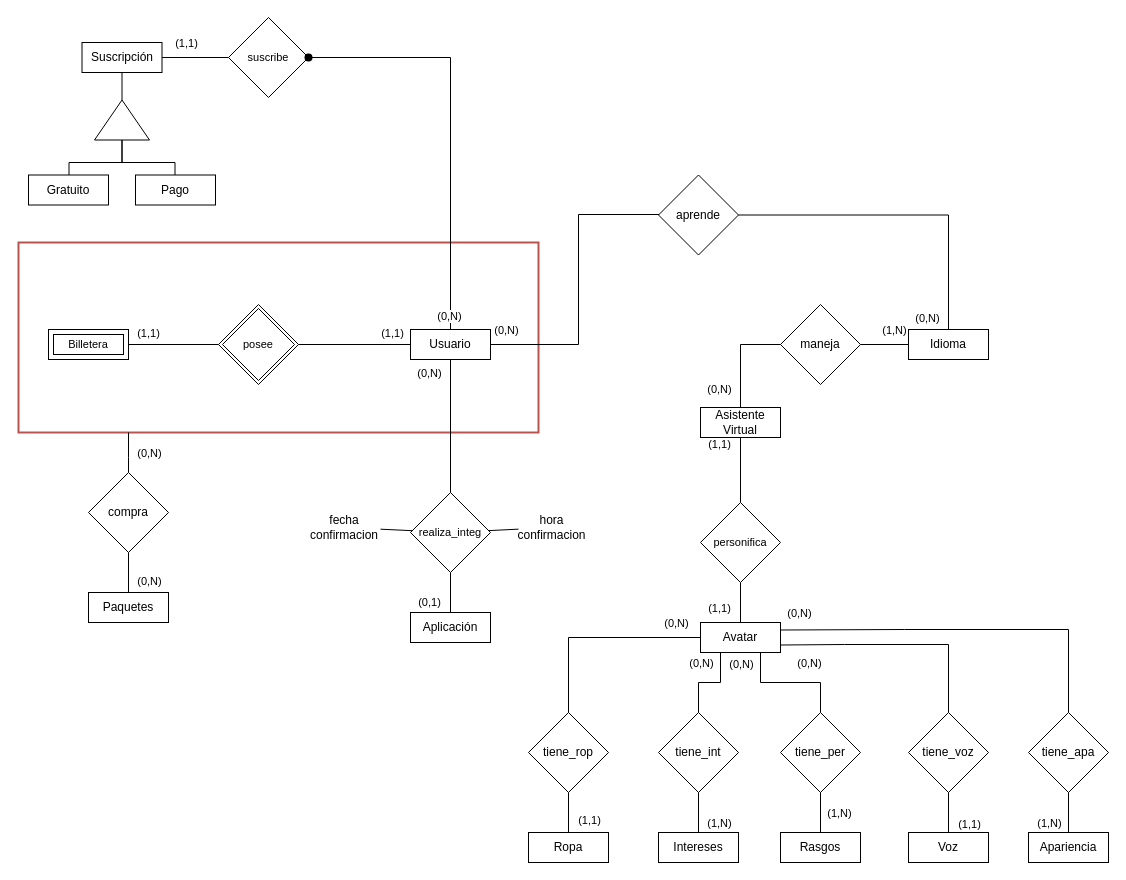
Before: page "MER Base" (1 of 2) of MER/MER OBL1.drawio in felipiacenza/BD2, a draw.io diagram. Source tidied: cells renumbered, new cells numbered last; positions are measured from the earlier drawing's top-left corner, leaving out a move shared by most shapes. Both pictures are drawn from the tidied source at 100%, with x=0, y=0 at pixel (18, 17).
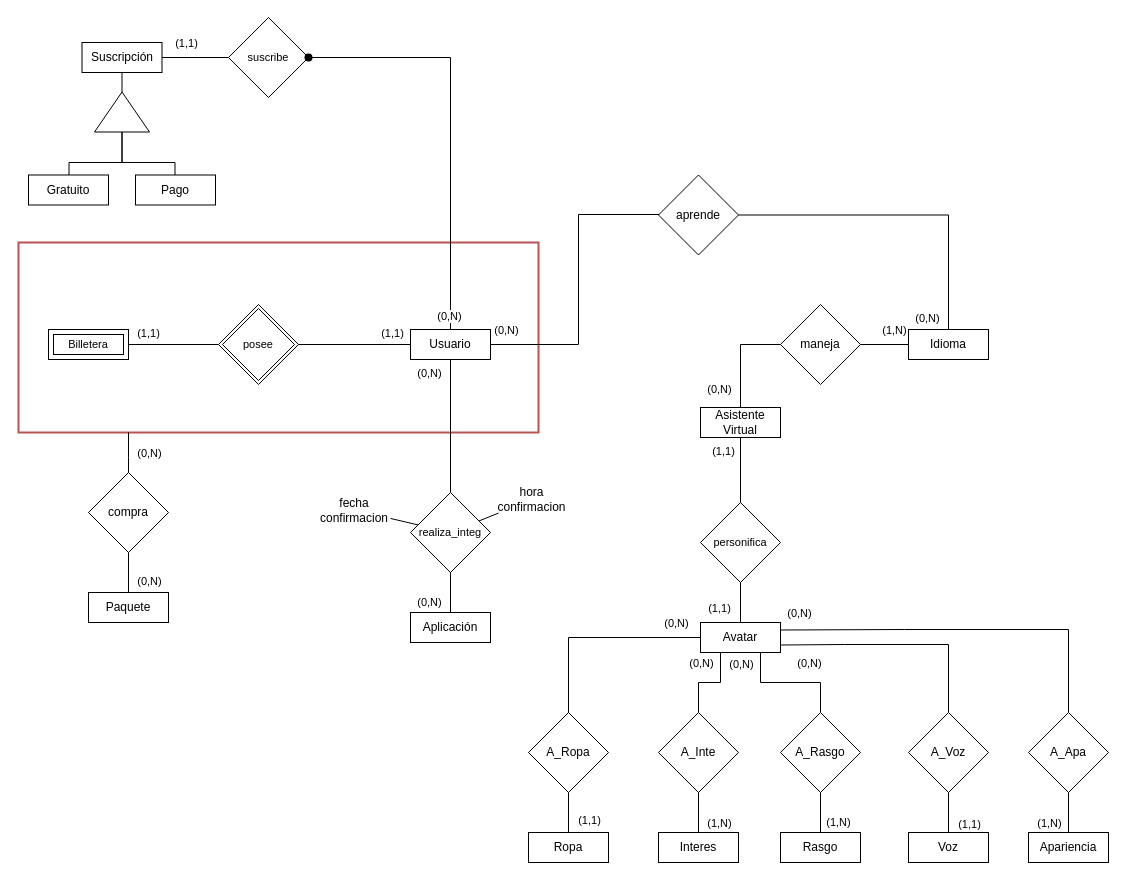
The same diagram, later.

The change refers to these unchanged cells:
```xml
<mxCell id="58" style="edgeStyle=orthogonalEdgeStyle;shape=connector;rounded=0;jettySize=auto;html=1;strokeColor=default;align=center;verticalAlign=middle;fontFamily=Helvetica;fontSize=11;fontColor=default;labelBackgroundColor=default;endArrow=none;endFill=0;" parent="1" edge="1" source="19" target="20">
  <mxGeometry relative="1" as="geometry" />
</mxCell>
<mxCell id="60" style="edgeStyle=orthogonalEdgeStyle;shape=connector;rounded=0;jettySize=auto;html=1;strokeColor=default;align=center;verticalAlign=middle;fontFamily=Helvetica;fontSize=11;fontColor=default;labelBackgroundColor=default;endArrow=none;endFill=0;" parent="1" edge="1" source="6" target="21">
  <mxGeometry relative="1" as="geometry" />
</mxCell>
<mxCell id="80" style="edgeStyle=orthogonalEdgeStyle;shape=connector;rounded=0;jettySize=auto;html=1;strokeColor=default;align=center;verticalAlign=middle;fontFamily=Helvetica;fontSize=11;fontColor=default;labelBackgroundColor=default;endArrow=none;endFill=0;" parent="1" edge="1" source="32" target="31">
  <mxGeometry relative="1" as="geometry" />
</mxCell>
```

Diff of the diagram source:
```diff
@@
-    <mxCell id="13" value="Paquetes" style="rounded=0;whiteSpace=wrap;html=1;" parent="1" vertex="1">
+    <mxCell id="13" value="Paquete" style="rounded=0;whiteSpace=wrap;html=1;" parent="1" vertex="1">
       <mxGeometry x="70" y="575" width="80" height="30" as="geometry" />
     </mxCell>
@@
     <mxCell id="16" style="triangle;whiteSpace=wrap;html=1;rotation=-90;" parent="1" vertex="1">
-      <mxGeometry x="83.5" y="75" width="40" height="55" as="geometry" />
+      <mxGeometry x="83.5" y="67" width="40" height="55" as="geometry" />
     </mxCell>
@@
-    <mxCell id="23" value="tiene_int" style="rhombus;whiteSpace=wrap;html=1;" parent="1" vertex="1">
+    <mxCell id="23" value="A_Inte" style="rhombus;whiteSpace=wrap;html=1;" parent="1" vertex="1">
       <mxGeometry x="640" y="695" width="80" height="80" as="geometry" />
     </mxCell>
-    <mxCell id="24" value="tiene_voz" style="rhombus;whiteSpace=wrap;html=1;" parent="1" vertex="1">
+    <mxCell id="24" value="A_Voz" style="rhombus;whiteSpace=wrap;html=1;" parent="1" vertex="1">
       <mxGeometry x="890" y="695" width="80" height="80" as="geometry" />
     </mxCell>
-    <mxCell id="25" value="tiene_rop" style="rhombus;whiteSpace=wrap;html=1;" parent="1" vertex="1">
+    <mxCell id="25" value="A_Ropa" style="rhombus;whiteSpace=wrap;html=1;" parent="1" vertex="1">
       <mxGeometry x="510" y="695" width="80" height="80" as="geometry" />
     </mxCell>
@@
-    <mxCell id="27" value="Intereses" style="rounded=0;whiteSpace=wrap;html=1;" parent="1" vertex="1">
+    <mxCell id="27" value="Interes" style="rounded=0;whiteSpace=wrap;html=1;" parent="1" vertex="1">
       <mxGeometry x="640" y="815" width="80" height="30" as="geometry" />
     </mxCell>
@@
     <mxCell id="29" value="fecha confirmacion" style="text;html=1;align=center;verticalAlign=middle;whiteSpace=wrap;rounded=0;fontSize=12;" parent="1" vertex="1">
-      <mxGeometry x="290" y="492.5" width="72" height="35" as="geometry" />
+      <mxGeometry x="300" y="475" width="72" height="35" as="geometry" />
     </mxCell>
     <mxCell id="30" value="hora confirmacion" style="text;html=1;align=center;verticalAlign=middle;whiteSpace=wrap;rounded=0;fontSize=12;" parent="1" vertex="1">
-      <mxGeometry x="500" y="495" width="67" height="30" as="geometry" />
+      <mxGeometry x="480" y="467" width="67" height="30" as="geometry" />
     </mxCell>
-    <mxCell id="31" value="tiene_per" style="rhombus;whiteSpace=wrap;html=1;" parent="1" vertex="1">
+    <mxCell id="31" value="A_Rasgo" style="rhombus;whiteSpace=wrap;html=1;" parent="1" vertex="1">
       <mxGeometry x="762" y="695" width="80" height="80" as="geometry" />
     </mxCell>
-    <mxCell id="32" value="Rasgos" style="rounded=0;whiteSpace=wrap;html=1;" parent="1" vertex="1">
+    <mxCell id="32" value="Rasgo" style="rounded=0;whiteSpace=wrap;html=1;" parent="1" vertex="1">
       <mxGeometry x="762" y="815" width="80" height="30" as="geometry" />
     </mxCell>
-    <mxCell id="33" value="tiene_apa" style="rhombus;whiteSpace=wrap;html=1;" parent="1" vertex="1">
+    <mxCell id="33" value="A_Apa" style="rhombus;whiteSpace=wrap;html=1;" parent="1" vertex="1">
       <mxGeometry x="1010" y="695" width="80" height="80" as="geometry" />
     </mxCell>
@@
-    <mxCell id="59" value="(0,1)" style="edgeLabel;html=1;align=center;verticalAlign=middle;fontFamily=Helvetica;fontSize=11;fontColor=default;labelBackgroundColor=default;" parent="58" vertex="1">
+    <mxCell id="59" value="(0,N)" style="edgeLabel;html=1;align=center;verticalAlign=middle;fontFamily=Helvetica;fontSize=11;fontColor=default;labelBackgroundColor=default;" parent="58" vertex="1">
       <mxGeometry x="0.43" y="-2" relative="1" as="geometry">
         <mxPoint x="-20" as="offset" />
       </mxGeometry>
     </mxCell>
@@
     <mxCell id="61" value="(1,1)" style="edgeLabel;html=1;align=center;verticalAlign=middle;" parent="60" vertex="1">
       <mxGeometry x="-0.81" relative="1" as="geometry">
-        <mxPoint x="-22" as="offset" />
+        <mxPoint x="-18" y="7" as="offset" />
       </mxGeometry>
     </mxCell>
@@
     <mxCell id="81" value="(1,N)" style="edgeLabel;html=1;align=center;verticalAlign=middle;fontFamily=Helvetica;fontSize=11;fontColor=default;labelBackgroundColor=default;" parent="80" vertex="1">
       <mxGeometry x="-0.27" y="1" relative="1" as="geometry">
-        <mxPoint x="19" y="-5" as="offset" />
+        <mxPoint x="18" y="4" as="offset" />
       </mxGeometry>
     </mxCell>
```
